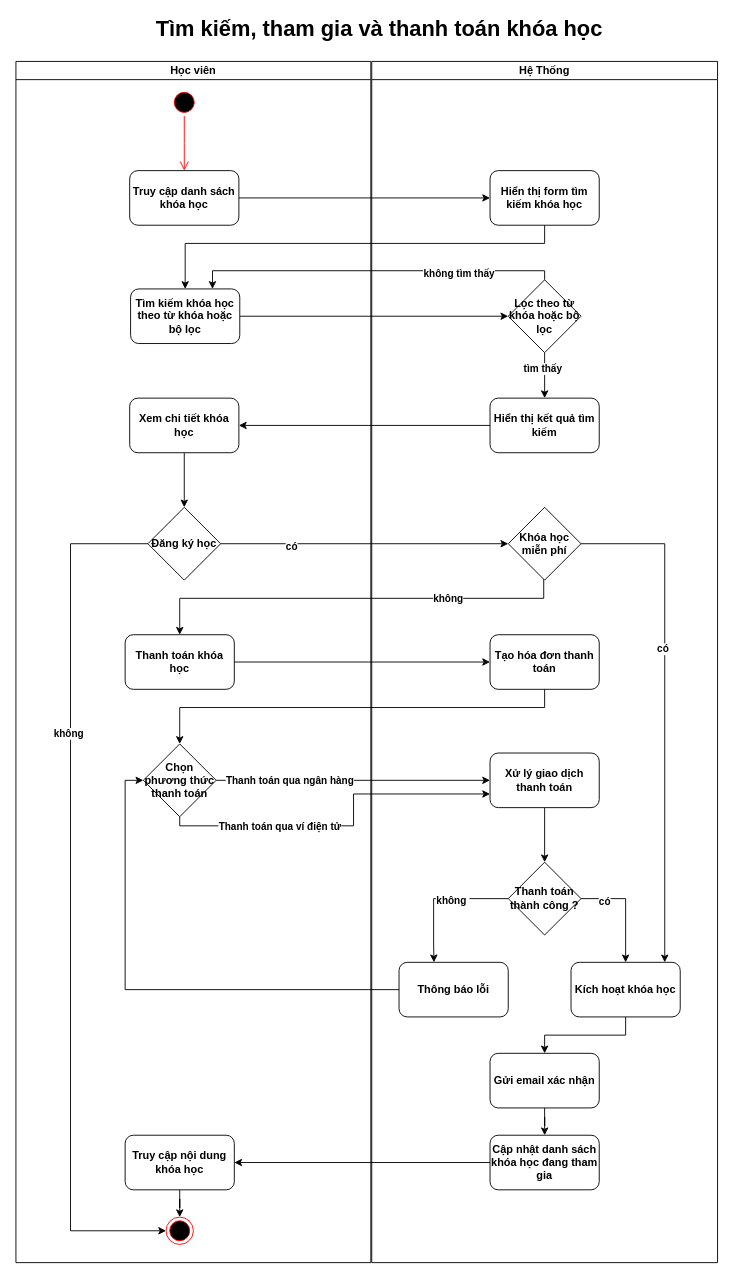
Earlier version of the draw.io diagram document/ActivityDiagram/Search&Enrollment-Activity.drawio (toniiplaycode/DNC-Learning). Source tidied: cells renumbered, new cells numbered last; positions are measured from the earlier drawing's top-left corner, leaving out a move shared by most shapes. Both pictures are drawn from the tidied source at 91%, with x=0, y=0 at pixel (15, 15).
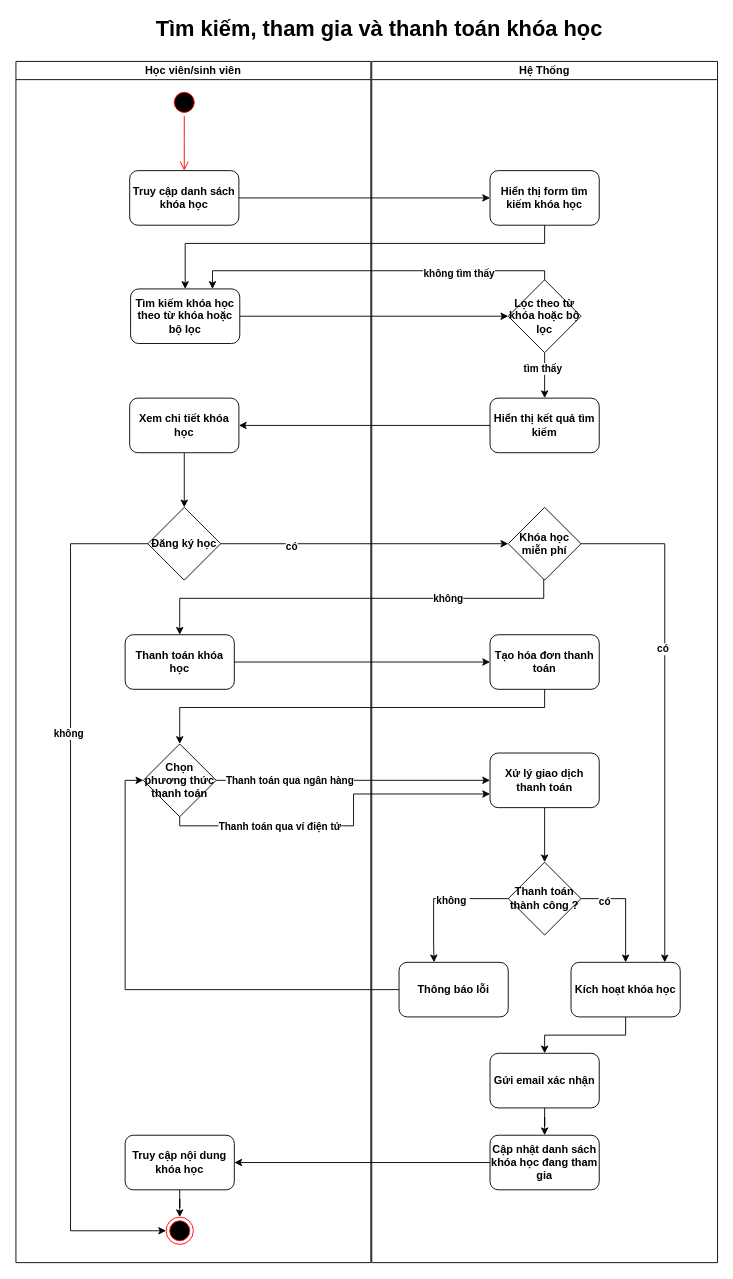
Above is the later version.

The edit, as a diff of the source:
```diff
@@
-    <mxCell id="2" value="Học viên" style="swimlane;startSize=20;whiteSpace=wrap;html=1;fontStyle=1;" parent="1" vertex="1">
+    <mxCell id="2" value="Học viên/sinh viên" style="swimlane;startSize=20;whiteSpace=wrap;html=1;fontStyle=1;" parent="1" vertex="1">
       <mxGeometry y="50" width="390" height="1320" as="geometry" />
     </mxCell>
```
